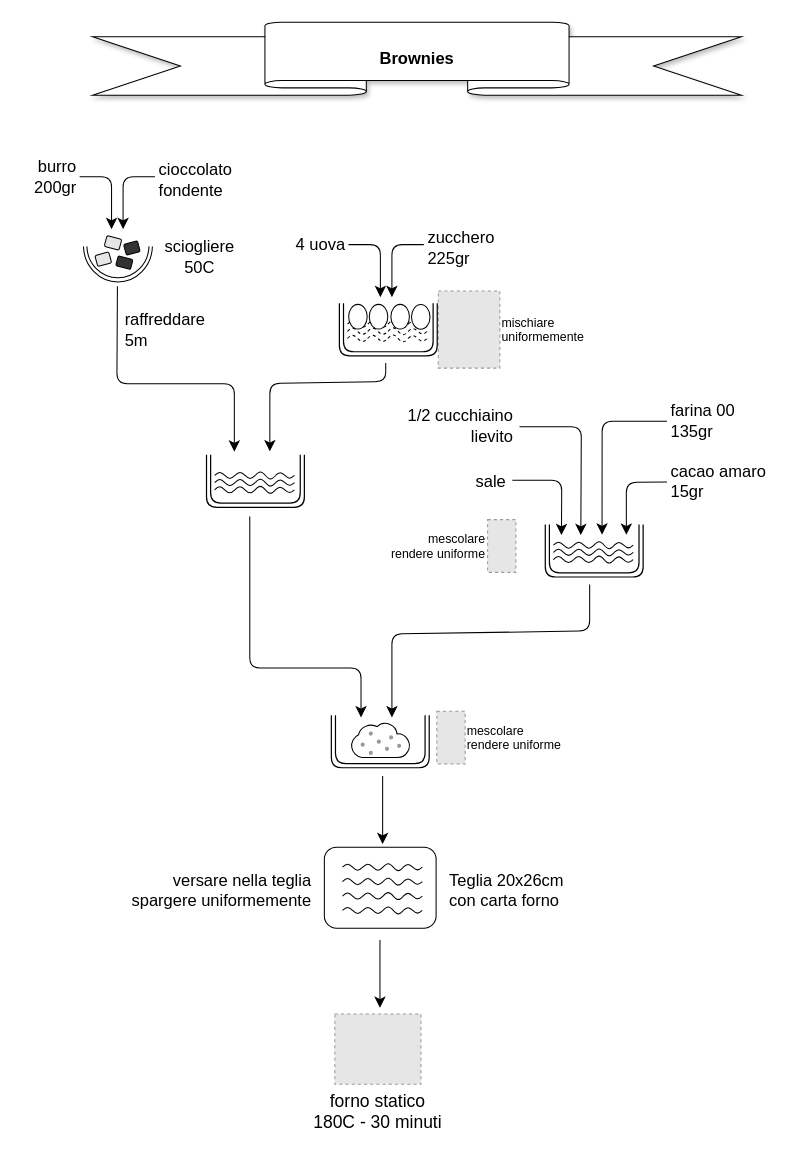
The draw.io diagram brownies.drawio in nicolgit/drawio-cooking-shapes, before the edit. Source tidied: cells renumbered, new cells numbered last; positions are measured from the earlier drawing's top-left corner, leaving out a move shared by most shapes. Both pictures are drawn from the tidied source at 103%, with x=0, y=0 at pixel (18, 22). Pictures stored in the file or linked from it are replaced by grey dashed boxes.
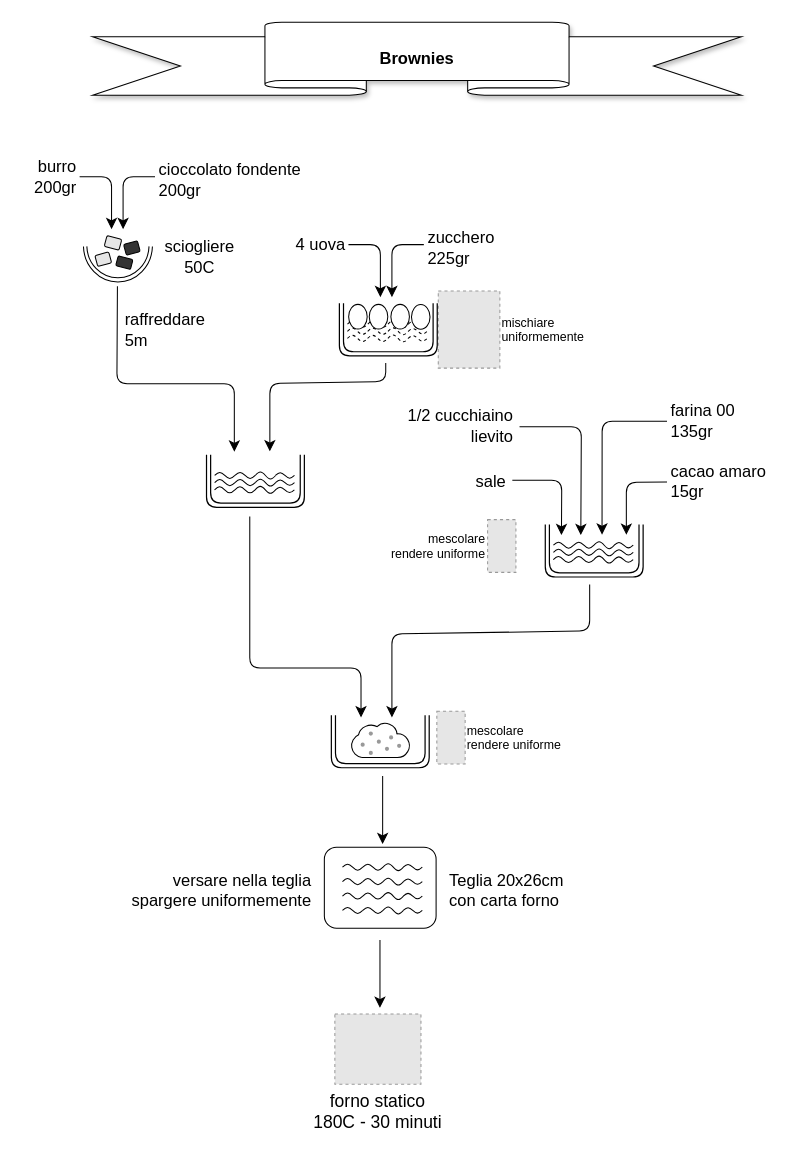
After the change.

Diff of the diagram source:
```diff
@@
-    <mxCell id="90" value="cioccolato&lt;div&gt;fondente&lt;/div&gt;" style="text;strokeColor=none;fillColor=none;html=1;align=left;verticalAlign=middle;whiteSpace=wrap;rounded=0;fontSize=16;" parent="1" vertex="1">
-      <mxGeometry x="135" y="138.1" width="59.1" height="30" as="geometry" />
+    <mxCell id="90" value="cioccolato&amp;nbsp;&lt;span style=&quot;background-color: transparent; color: light-dark(rgb(0, 0, 0), rgb(255, 255, 255));&quot;&gt;fondente&lt;/span&gt;&lt;div&gt;200gr&lt;/div&gt;" style="text;strokeColor=none;fillColor=none;html=1;align=left;verticalAlign=middle;whiteSpace=wrap;rounded=0;fontSize=16;" parent="1" vertex="1">
+      <mxGeometry x="135" y="138.1" width="192" height="30" as="geometry" />
     </mxCell>
```
